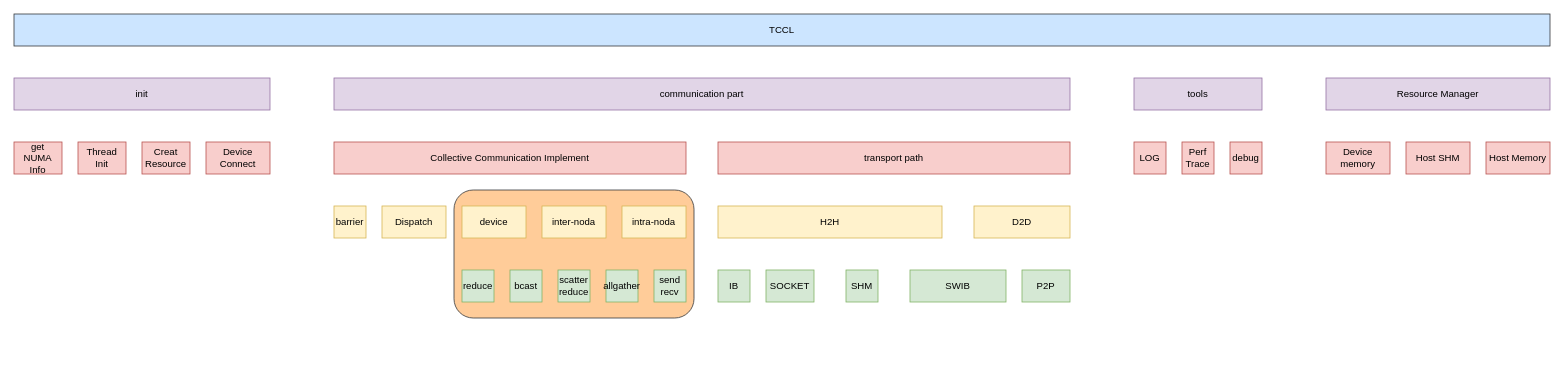
Before: tccl_structure.drawio in BEYHHH/SBLP, a draw.io diagram. Source tidied: cells renumbered, new cells numbered last; positions are measured from the earlier drawing's top-left corner, leaving out a move shared by most shapes. Both pictures are drawn from the tidied source at 80%, with x=0, y=0 at pixel (14, 14).
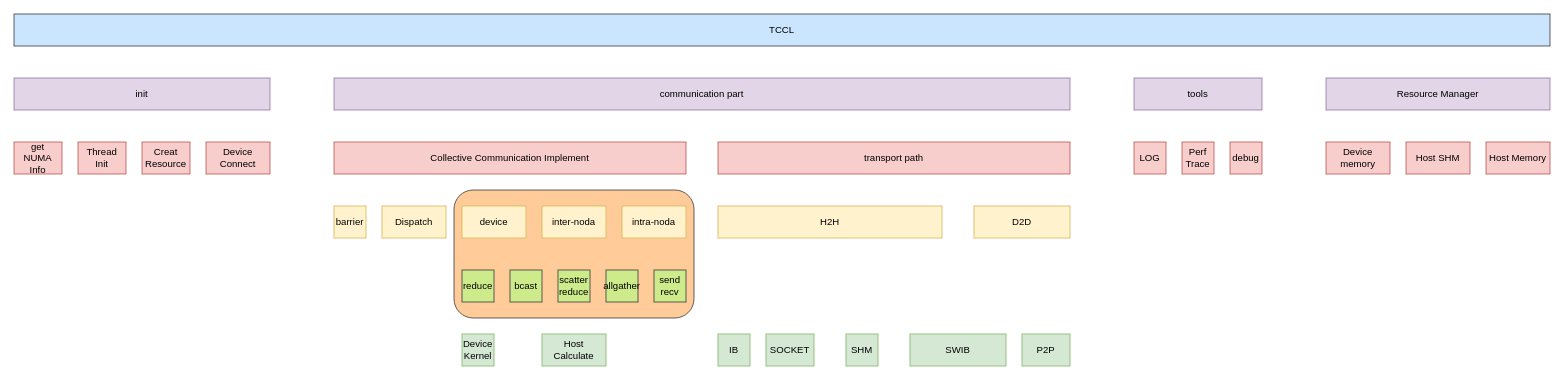
The same diagram, later.

Change to the diagram source:
```diff
@@
     <mxCell id="17" value="IB" style="rounded=0;whiteSpace=wrap;html=1;fillColor=#d5e8d4;strokeColor=#82b366;" parent="1" vertex="1">
-      <mxGeometry x="880" y="320" width="40" height="40" as="geometry" />
+      <mxGeometry x="880" y="400" width="40" height="40" as="geometry" />
     </mxCell>
     <mxCell id="18" value="SOCKET" style="rounded=0;whiteSpace=wrap;html=1;fillColor=#d5e8d4;strokeColor=#82b366;" parent="1" vertex="1">
-      <mxGeometry x="940" y="320" width="60" height="40" as="geometry" />
+      <mxGeometry x="940" y="400" width="60" height="40" as="geometry" />
     </mxCell>
     <mxCell id="19" value="SWIB" style="rounded=0;whiteSpace=wrap;html=1;fillColor=#d5e8d4;strokeColor=#82b366;" parent="1" vertex="1">
-      <mxGeometry x="1120" y="320" width="120" height="40" as="geometry" />
+      <mxGeometry x="1120" y="400" width="120" height="40" as="geometry" />
     </mxCell>
     <mxCell id="20" value="P2P" style="rounded=0;whiteSpace=wrap;html=1;fillColor=#d5e8d4;strokeColor=#82b366;" parent="1" vertex="1">
-      <mxGeometry x="1260" y="320" width="60" height="40" as="geometry" />
+      <mxGeometry x="1260" y="400" width="60" height="40" as="geometry" />
     </mxCell>
     <mxCell id="21" value="SHM" style="rounded=0;whiteSpace=wrap;html=1;fillColor=#d5e8d4;strokeColor=#82b366;" parent="1" vertex="1">
-      <mxGeometry x="1040" y="320" width="40" height="40" as="geometry" />
+      <mxGeometry x="1040" y="400" width="40" height="40" as="geometry" />
     </mxCell>
@@
-    <mxCell id="31" value="reduce" style="rounded=0;whiteSpace=wrap;html=1;fillColor=#d5e8d4;strokeColor=#82b366;" parent="1" vertex="1">
+    <mxCell id="31" value="reduce" style="rounded=0;whiteSpace=wrap;html=1;fillColor=#cdeb8b;strokeColor=#36393d;" parent="1" vertex="1">
       <mxGeometry x="560" y="320" width="40" height="40" as="geometry" />
     </mxCell>
-    <mxCell id="32" value="bcast" style="rounded=0;whiteSpace=wrap;html=1;fillColor=#d5e8d4;strokeColor=#82b366;" parent="1" vertex="1">
+    <mxCell id="32" value="bcast" style="rounded=0;whiteSpace=wrap;html=1;fillColor=#cdeb8b;strokeColor=#36393d;" parent="1" vertex="1">
       <mxGeometry x="620" y="320" width="40" height="40" as="geometry" />
     </mxCell>
-    <mxCell id="33" value="scatter&lt;br&gt;reduce" style="rounded=0;whiteSpace=wrap;html=1;fillColor=#d5e8d4;strokeColor=#82b366;" parent="1" vertex="1">
+    <mxCell id="33" value="scatter&lt;br&gt;reduce" style="rounded=0;whiteSpace=wrap;html=1;fillColor=#cdeb8b;strokeColor=#36393d;" parent="1" vertex="1">
       <mxGeometry x="680" y="320" width="40" height="40" as="geometry" />
     </mxCell>
-    <mxCell id="34" value="allgather" style="rounded=0;whiteSpace=wrap;html=1;fillColor=#d5e8d4;strokeColor=#82b366;" parent="1" vertex="1">
+    <mxCell id="34" value="allgather" style="rounded=0;whiteSpace=wrap;html=1;fillColor=#cdeb8b;strokeColor=#36393d;" parent="1" vertex="1">
       <mxGeometry x="740" y="320" width="40" height="40" as="geometry" />
     </mxCell>
-    <mxCell id="35" value="send&lt;br&gt;recv" style="rounded=0;whiteSpace=wrap;html=1;fillColor=#d5e8d4;strokeColor=#82b366;" parent="1" vertex="1">
+    <mxCell id="35" value="send&lt;br&gt;recv" style="rounded=0;whiteSpace=wrap;html=1;fillColor=#cdeb8b;strokeColor=#36393d;" parent="1" vertex="1">
       <mxGeometry x="800" y="320" width="40" height="40" as="geometry" />
     </mxCell>
@@
+    <mxCell id="37" value="Device&lt;br&gt;Kernel" style="rounded=0;whiteSpace=wrap;html=1;fillColor=#d5e8d4;strokeColor=#82b366;" parent="1" vertex="1">
+      <mxGeometry x="560" y="400" width="40" height="40" as="geometry" />
+    </mxCell>
+    <mxCell id="38" value="Host&lt;br&gt;Calculate" style="rounded=0;whiteSpace=wrap;html=1;fillColor=#d5e8d4;strokeColor=#82b366;" parent="1" vertex="1">
+      <mxGeometry x="660" y="400" width="80" height="40" as="geometry" />
+    </mxCell>
```
